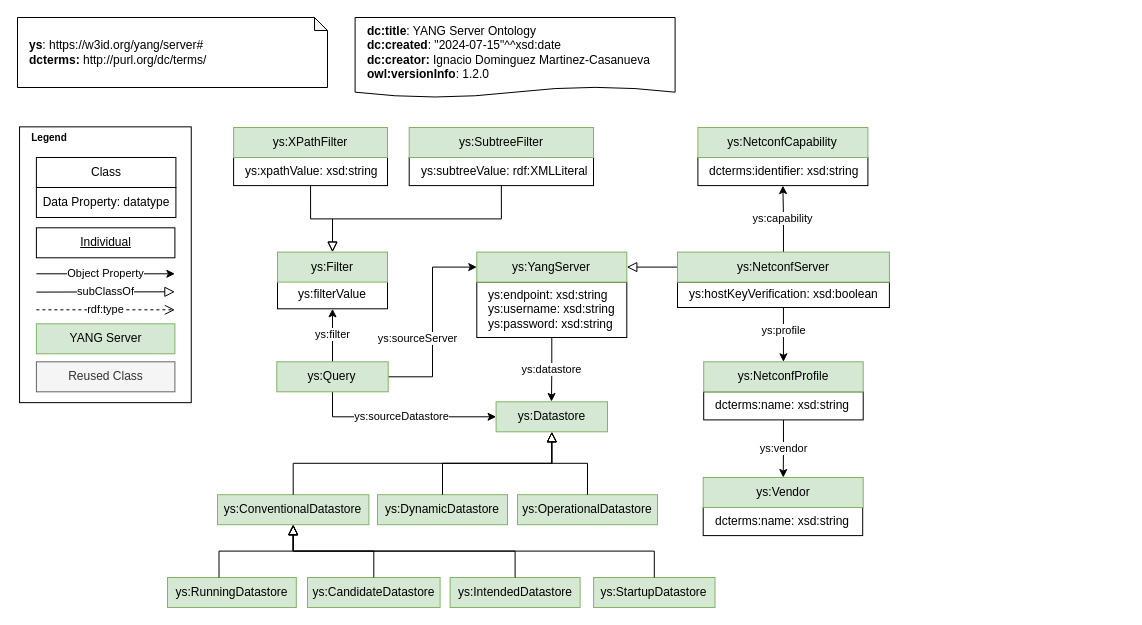
Above: page "ontology" (1 of 3) of diagrams/yang-server.drawio in candil-data-fabric/yang-server-ontology (draw.io), before the change. Source tidied: cells renumbered, new cells numbered last; positions are measured from the earlier drawing's top-left corner, leaving out a move shared by most shapes. Both pictures are drawn from the tidied source at 100%, with x=0, y=0 at pixel (-33, 17).
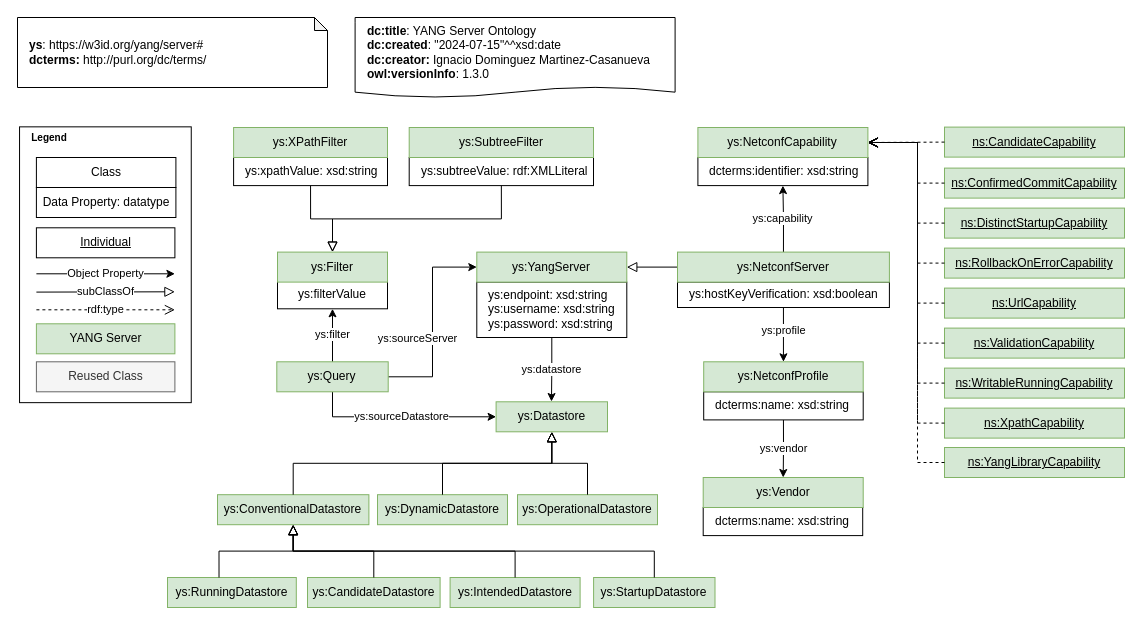
The same page after the edit.

What changed in the source:
```diff
@@
-    <mxCell id="10" value="&lt;div&gt;&lt;b&gt;dc:title&lt;/b&gt;: YANG Server Ontology&lt;br&gt;&lt;/div&gt;&lt;div&gt;&lt;b&gt;dc:created&lt;/b&gt;: &quot;2024-07-15&quot;^^xsd:date&lt;/div&gt;&lt;div&gt;&lt;b&gt;dc:creator:&lt;/b&gt;&amp;nbsp;Ignacio Dominguez Martinez-Casanueva&lt;br&gt;&lt;/div&gt;&lt;div&gt;&lt;b&gt;owl:versionInfo&lt;/b&gt;: 1.2.0&lt;br&gt;&lt;/div&gt;" style="shape=document;whiteSpace=wrap;html=1;boundedLbl=1;labelBackgroundColor=#ffffff;strokeColor=#000000;fontSize=12;fontColor=#000000;size=0.13333333333333333;align=left;spacingLeft=10;" parent="1" vertex="1">
+    <mxCell id="10" value="&lt;div&gt;&lt;b&gt;dc:title&lt;/b&gt;: YANG Server Ontology&lt;br&gt;&lt;/div&gt;&lt;div&gt;&lt;b&gt;dc:created&lt;/b&gt;: &quot;2024-07-15&quot;^^xsd:date&lt;/div&gt;&lt;div&gt;&lt;b&gt;dc:creator:&lt;/b&gt;&amp;nbsp;Ignacio Dominguez Martinez-Casanueva&lt;br&gt;&lt;/div&gt;&lt;div&gt;&lt;b&gt;owl:versionInfo&lt;/b&gt;: 1.3.0&lt;br&gt;&lt;/div&gt;" style="shape=document;whiteSpace=wrap;html=1;boundedLbl=1;labelBackgroundColor=#ffffff;strokeColor=#000000;fontSize=12;fontColor=#000000;size=0.13333333333333333;align=left;spacingLeft=10;" parent="1" vertex="1">
       <mxGeometry x="387.6" width="320" height="80" as="geometry" />
     </mxCell>
@@
-    <mxCell id="24" value="&lt;div&gt;dcterms:identifier: xsd:string&lt;/div&gt;" style="rounded=0;whiteSpace=wrap;html=1;snapToPoint=1;points=[[0.1,0],[0.2,0],[0.3,0],[0.4,0],[0.5,0],[0.6,0],[0.7,0],[0.8,0],[0.9,0],[0,0.1],[0,0.3],[0,0.5],[0,0.7],[0,0.9],[0.1,1],[0.2,1],[0.3,1],[0.4,1],[0.5,1],[0.6,1],[0.7,1],[0.8,1],[0.9,1],[1,0.1],[1,0.3],[1,0.5],[1,0.7],[1,0.9]];align=left;spacingLeft=10;" parent="1" vertex="1">
-      <mxGeometry x="730.4" y="140" width="170" height="28.1" as="geometry" />
-    </mxCell>
-    <mxCell id="25" value="ys:NetconfCapability" style="rounded=0;whiteSpace=wrap;html=1;snapToPoint=1;points=[[0.1,0],[0.2,0],[0.3,0],[0.4,0],[0.5,0],[0.6,0],[0.7,0],[0.8,0],[0.9,0],[0,0.1],[0,0.3],[0,0.5],[0,0.7],[0,0.9],[0.1,1],[0.2,1],[0.3,1],[0.4,1],[0.5,1],[0.6,1],[0.7,1],[0.8,1],[0.9,1],[1,0.1],[1,0.3],[1,0.5],[1,0.7],[1,0.9]];fillColor=#d5e8d4;strokeColor=#82b366;" parent="1" vertex="1">
-      <mxGeometry x="730.4" y="110" width="170" height="30" as="geometry" />
-    </mxCell>
@@
+    <mxCell id="24" value="&lt;div&gt;dcterms:identifier: xsd:string&lt;/div&gt;" style="rounded=0;whiteSpace=wrap;html=1;snapToPoint=1;points=[[0.1,0],[0.2,0],[0.3,0],[0.4,0],[0.5,0],[0.6,0],[0.7,0],[0.8,0],[0.9,0],[0,0.1],[0,0.3],[0,0.5],[0,0.7],[0,0.9],[0.1,1],[0.2,1],[0.3,1],[0.4,1],[0.5,1],[0.6,1],[0.7,1],[0.8,1],[0.9,1],[1,0.1],[1,0.3],[1,0.5],[1,0.7],[1,0.9]];align=left;spacingLeft=10;" parent="1" vertex="1">
+      <mxGeometry x="730.4" y="140" width="170" height="28.1" as="geometry" />
+    </mxCell>
+    <mxCell id="25" value="ys:NetconfCapability" style="rounded=0;whiteSpace=wrap;html=1;snapToPoint=1;points=[[0.1,0],[0.2,0],[0.3,0],[0.4,0],[0.5,0],[0.6,0],[0.7,0],[0.8,0],[0.9,0],[0,0.1],[0,0.3],[0,0.5],[0,0.7],[0,0.9],[0.1,1],[0.2,1],[0.3,1],[0.4,1],[0.5,1],[0.6,1],[0.7,1],[0.8,1],[0.9,1],[1,0.1],[1,0.3],[1,0.5],[1,0.7],[1,0.9]];fillColor=#d5e8d4;strokeColor=#82b366;" parent="1" vertex="1">
+      <mxGeometry x="730.4" y="110" width="170" height="30" as="geometry" />
+    </mxCell>
+    <mxCell id="56" value="&lt;u&gt;ns:WritableRunningCapability&lt;/u&gt;" style="rounded=0;whiteSpace=wrap;html=1;snapToPoint=1;points=[[0.1,0],[0.2,0],[0.3,0],[0.4,0],[0.5,0],[0.6,0],[0.7,0],[0.8,0],[0.9,0],[0,0.1],[0,0.3],[0,0.5],[0,0.7],[0,0.9],[0.1,1],[0.2,1],[0.3,1],[0.4,1],[0.5,1],[0.6,1],[0.7,1],[0.8,1],[0.9,1],[1,0.1],[1,0.3],[1,0.5],[1,0.7],[1,0.9]];fillColor=#d5e8d4;strokeColor=#82b366;" parent="1" vertex="1">
+      <mxGeometry x="977" y="350.6" width="180" height="30" as="geometry" />
+    </mxCell>
+    <mxCell id="57" value="&lt;u&gt;ns:CandidateCapability&lt;/u&gt;" style="rounded=0;whiteSpace=wrap;html=1;snapToPoint=1;points=[[0.1,0],[0.2,0],[0.3,0],[0.4,0],[0.5,0],[0.6,0],[0.7,0],[0.8,0],[0.9,0],[0,0.1],[0,0.3],[0,0.5],[0,0.7],[0,0.9],[0.1,1],[0.2,1],[0.3,1],[0.4,1],[0.5,1],[0.6,1],[0.7,1],[0.8,1],[0.9,1],[1,0.1],[1,0.3],[1,0.5],[1,0.7],[1,0.9]];fillColor=#d5e8d4;strokeColor=#82b366;" parent="1" vertex="1">
+      <mxGeometry x="977" y="109.6" width="180" height="30" as="geometry" />
+    </mxCell>
+    <mxCell id="58" value="&lt;u&gt;ns:ConfirmedCommitCapability&lt;/u&gt;" style="rounded=0;whiteSpace=wrap;html=1;snapToPoint=1;points=[[0.1,0],[0.2,0],[0.3,0],[0.4,0],[0.5,0],[0.6,0],[0.7,0],[0.8,0],[0.9,0],[0,0.1],[0,0.3],[0,0.5],[0,0.7],[0,0.9],[0.1,1],[0.2,1],[0.3,1],[0.4,1],[0.5,1],[0.6,1],[0.7,1],[0.8,1],[0.9,1],[1,0.1],[1,0.3],[1,0.5],[1,0.7],[1,0.9]];fillColor=#d5e8d4;strokeColor=#82b366;" parent="1" vertex="1">
+      <mxGeometry x="977" y="150.6" width="180" height="30" as="geometry" />
+    </mxCell>
+    <mxCell id="59" value="&lt;u&gt;ns:DistinctStartupCapability&lt;/u&gt;" style="rounded=0;whiteSpace=wrap;html=1;snapToPoint=1;points=[[0.1,0],[0.2,0],[0.3,0],[0.4,0],[0.5,0],[0.6,0],[0.7,0],[0.8,0],[0.9,0],[0,0.1],[0,0.3],[0,0.5],[0,0.7],[0,0.9],[0.1,1],[0.2,1],[0.3,1],[0.4,1],[0.5,1],[0.6,1],[0.7,1],[0.8,1],[0.9,1],[1,0.1],[1,0.3],[1,0.5],[1,0.7],[1,0.9]];fillColor=#d5e8d4;strokeColor=#82b366;" parent="1" vertex="1">
+      <mxGeometry x="977" y="190.6" width="180" height="30" as="geometry" />
+    </mxCell>
+    <mxCell id="60" value="&lt;u&gt;ns:RollbackOnErrorCapability&lt;/u&gt;" style="rounded=0;whiteSpace=wrap;html=1;snapToPoint=1;points=[[0.1,0],[0.2,0],[0.3,0],[0.4,0],[0.5,0],[0.6,0],[0.7,0],[0.8,0],[0.9,0],[0,0.1],[0,0.3],[0,0.5],[0,0.7],[0,0.9],[0.1,1],[0.2,1],[0.3,1],[0.4,1],[0.5,1],[0.6,1],[0.7,1],[0.8,1],[0.9,1],[1,0.1],[1,0.3],[1,0.5],[1,0.7],[1,0.9]];fillColor=#d5e8d4;strokeColor=#82b366;" parent="1" vertex="1">
+      <mxGeometry x="977" y="230.6" width="180" height="30" as="geometry" />
+    </mxCell>
+    <mxCell id="61" value="&lt;u&gt;ns:UrlCapability&lt;/u&gt;" style="rounded=0;whiteSpace=wrap;html=1;snapToPoint=1;points=[[0.1,0],[0.2,0],[0.3,0],[0.4,0],[0.5,0],[0.6,0],[0.7,0],[0.8,0],[0.9,0],[0,0.1],[0,0.3],[0,0.5],[0,0.7],[0,0.9],[0.1,1],[0.2,1],[0.3,1],[0.4,1],[0.5,1],[0.6,1],[0.7,1],[0.8,1],[0.9,1],[1,0.1],[1,0.3],[1,0.5],[1,0.7],[1,0.9]];fillColor=#d5e8d4;strokeColor=#82b366;" parent="1" vertex="1">
+      <mxGeometry x="977" y="270.6" width="180" height="30" as="geometry" />
+    </mxCell>
+    <mxCell id="62" value="&lt;u&gt;ns:ValidationCapability&lt;/u&gt;" style="rounded=0;whiteSpace=wrap;html=1;snapToPoint=1;points=[[0.1,0],[0.2,0],[0.3,0],[0.4,0],[0.5,0],[0.6,0],[0.7,0],[0.8,0],[0.9,0],[0,0.1],[0,0.3],[0,0.5],[0,0.7],[0,0.9],[0.1,1],[0.2,1],[0.3,1],[0.4,1],[0.5,1],[0.6,1],[0.7,1],[0.8,1],[0.9,1],[1,0.1],[1,0.3],[1,0.5],[1,0.7],[1,0.9]];fillColor=#d5e8d4;strokeColor=#82b366;" parent="1" vertex="1">
+      <mxGeometry x="977" y="310.6" width="180" height="30" as="geometry" />
+    </mxCell>
+    <mxCell id="63" value="&lt;u&gt;ns:XpathCapability&lt;/u&gt;" style="rounded=0;whiteSpace=wrap;html=1;snapToPoint=1;points=[[0.1,0],[0.2,0],[0.3,0],[0.4,0],[0.5,0],[0.6,0],[0.7,0],[0.8,0],[0.9,0],[0,0.1],[0,0.3],[0,0.5],[0,0.7],[0,0.9],[0.1,1],[0.2,1],[0.3,1],[0.4,1],[0.5,1],[0.6,1],[0.7,1],[0.8,1],[0.9,1],[1,0.1],[1,0.3],[1,0.5],[1,0.7],[1,0.9]];fillColor=#d5e8d4;strokeColor=#82b366;" parent="1" vertex="1">
+      <mxGeometry x="977" y="390.6" width="180" height="30" as="geometry" />
+    </mxCell>
+    <mxCell id="64" style="endArrow=open;html=1;fontColor=#000099;endFill=0;dashed=1;entryX=1;entryY=0.5;entryDx=0;entryDy=0;endSize=8;exitX=0;exitY=0.5;exitDx=0;exitDy=0;rounded=0;" parent="1" edge="1" source="57" target="25">
+      <mxGeometry relative="1" as="geometry" />
+    </mxCell>
+    <mxCell id="65" style="endArrow=open;html=1;fontColor=#000099;endFill=0;dashed=1;endSize=8;exitX=0;exitY=0.5;exitDx=0;exitDy=0;rounded=0;entryX=1;entryY=0.5;entryDx=0;entryDy=0;edgeStyle=orthogonalEdgeStyle;" parent="1" edge="1" source="58" target="25">
+      <mxGeometry relative="1" as="geometry">
+        <Array as="points">
+          <mxPoint x="950" y="166" />
+          <mxPoint x="950" y="125" />
+        </Array>
+      </mxGeometry>
+    </mxCell>
+    <mxCell id="66" style="endArrow=open;html=1;fontColor=#000099;endFill=0;dashed=1;endSize=8;exitX=0;exitY=0.5;exitDx=0;exitDy=0;rounded=0;entryX=1;entryY=0.5;entryDx=0;entryDy=0;edgeStyle=orthogonalEdgeStyle;" parent="1" edge="1" source="59" target="25">
+      <mxGeometry relative="1" as="geometry">
+        <Array as="points">
+          <mxPoint x="950" y="206" />
+          <mxPoint x="950" y="125" />
+        </Array>
+      </mxGeometry>
+    </mxCell>
+    <mxCell id="67" style="endArrow=open;html=1;fontColor=#000099;endFill=0;dashed=1;endSize=8;exitX=0;exitY=0.5;exitDx=0;exitDy=0;rounded=0;entryX=1;entryY=0.5;entryDx=0;entryDy=0;edgeStyle=orthogonalEdgeStyle;" parent="1" edge="1" source="60" target="25">
+      <mxGeometry relative="1" as="geometry">
+        <Array as="points">
+          <mxPoint x="950" y="246" />
+          <mxPoint x="950" y="125" />
+        </Array>
+      </mxGeometry>
+    </mxCell>
+    <mxCell id="68" style="endArrow=open;html=1;fontColor=#000099;endFill=0;dashed=1;endSize=8;exitX=0;exitY=0.5;exitDx=0;exitDy=0;rounded=0;entryX=1;entryY=0.5;entryDx=0;entryDy=0;edgeStyle=orthogonalEdgeStyle;" parent="1" edge="1" source="61" target="25">
+      <mxGeometry relative="1" as="geometry">
+        <Array as="points">
+          <mxPoint x="950" y="286" />
+          <mxPoint x="950" y="125" />
+        </Array>
+      </mxGeometry>
+    </mxCell>
+    <mxCell id="69" style="endArrow=open;html=1;fontColor=#000099;endFill=0;dashed=1;endSize=8;exitX=0;exitY=0.5;exitDx=0;exitDy=0;rounded=0;entryX=1;entryY=0.5;entryDx=0;entryDy=0;edgeStyle=orthogonalEdgeStyle;" parent="1" edge="1" source="62" target="25">
+      <mxGeometry relative="1" as="geometry">
+        <Array as="points">
+          <mxPoint x="950" y="326" />
+          <mxPoint x="950" y="125" />
+        </Array>
+      </mxGeometry>
+    </mxCell>
+    <mxCell id="70" style="endArrow=open;html=1;fontColor=#000099;endFill=0;dashed=1;endSize=8;exitX=0;exitY=0.5;exitDx=0;exitDy=0;rounded=0;entryX=1;entryY=0.5;entryDx=0;entryDy=0;edgeStyle=orthogonalEdgeStyle;" parent="1" edge="1" source="56" target="25">
+      <mxGeometry relative="1" as="geometry">
+        <Array as="points">
+          <mxPoint x="950" y="366" />
+          <mxPoint x="950" y="125" />
+        </Array>
+      </mxGeometry>
+    </mxCell>
+    <mxCell id="71" style="endArrow=open;html=1;fontColor=#000099;endFill=0;dashed=1;endSize=8;exitX=0;exitY=0.5;exitDx=0;exitDy=0;rounded=0;entryX=1;entryY=0.5;entryDx=0;entryDy=0;edgeStyle=orthogonalEdgeStyle;" parent="1" edge="1" source="63" target="25">
+      <mxGeometry relative="1" as="geometry">
+        <Array as="points">
+          <mxPoint x="950" y="406" />
+          <mxPoint x="950" y="125" />
+        </Array>
+      </mxGeometry>
+    </mxCell>
+    <mxCell id="72" value="&lt;u&gt;ns:YangLibraryCapability&lt;/u&gt;" style="rounded=0;whiteSpace=wrap;html=1;snapToPoint=1;points=[[0.1,0],[0.2,0],[0.3,0],[0.4,0],[0.5,0],[0.6,0],[0.7,0],[0.8,0],[0.9,0],[0,0.1],[0,0.3],[0,0.5],[0,0.7],[0,0.9],[0.1,1],[0.2,1],[0.3,1],[0.4,1],[0.5,1],[0.6,1],[0.7,1],[0.8,1],[0.9,1],[1,0.1],[1,0.3],[1,0.5],[1,0.7],[1,0.9]];fillColor=#d5e8d4;strokeColor=#82b366;" parent="1" vertex="1">
+      <mxGeometry x="977" y="430" width="180" height="30" as="geometry" />
+    </mxCell>
+    <mxCell id="73" style="endArrow=open;html=1;fontColor=#000099;endFill=0;dashed=1;endSize=8;exitX=0;exitY=0.5;exitDx=0;exitDy=0;rounded=0;entryX=1;entryY=0.5;entryDx=0;entryDy=0;edgeStyle=orthogonalEdgeStyle;" parent="1" edge="1" source="72" target="25">
+      <mxGeometry relative="1" as="geometry">
+        <Array as="points">
+          <mxPoint x="950" y="445" />
+          <mxPoint x="950" y="125" />
+        </Array>
+      </mxGeometry>
+    </mxCell>
```
